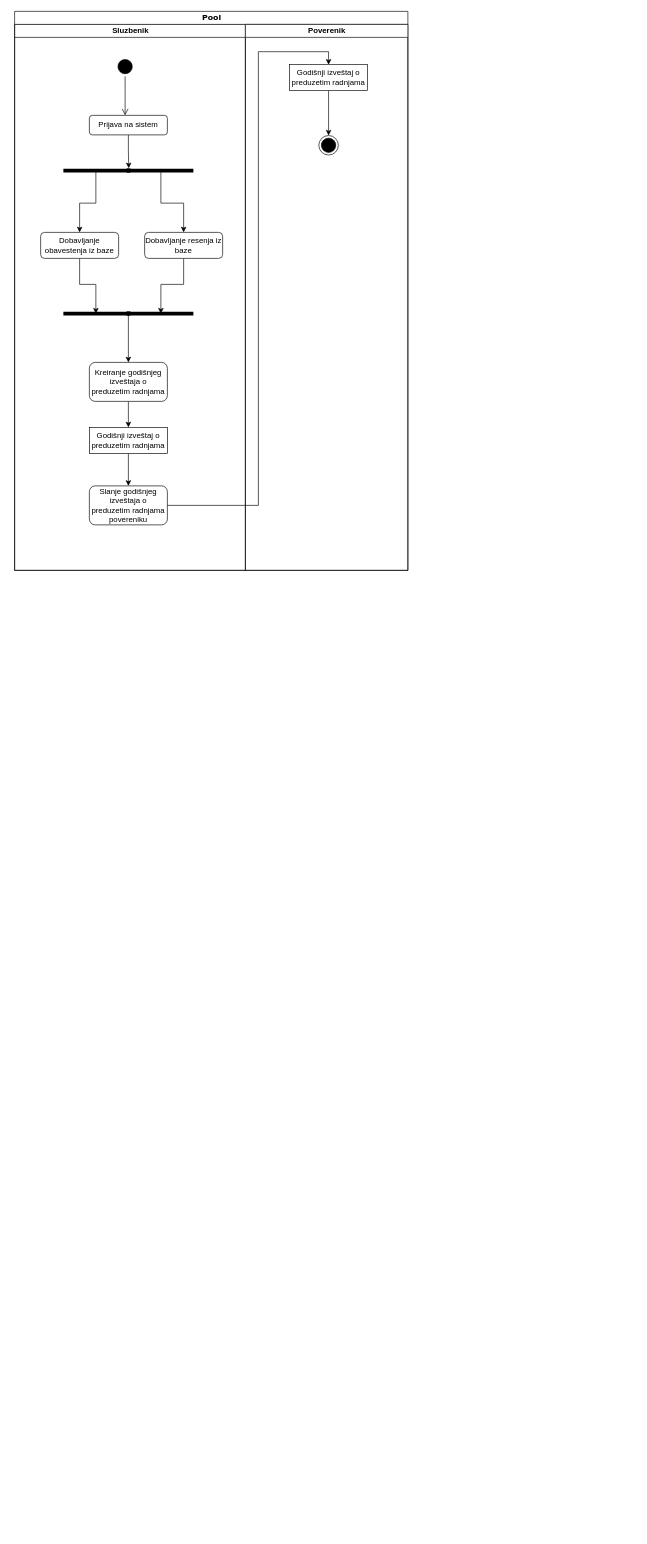
Earlier version of the draw.io diagram Poslovni procesi/sluzbenik.drawio (vukovic98/xml_veb_servisi). Source tidied: cells renumbered, new cells numbered last; positions are measured from the earlier drawing's top-left corner, leaving out a move shared by most shapes. Both pictures are drawn from the tidied source at 65%, with x=0, y=0 at pixel (14, 11).
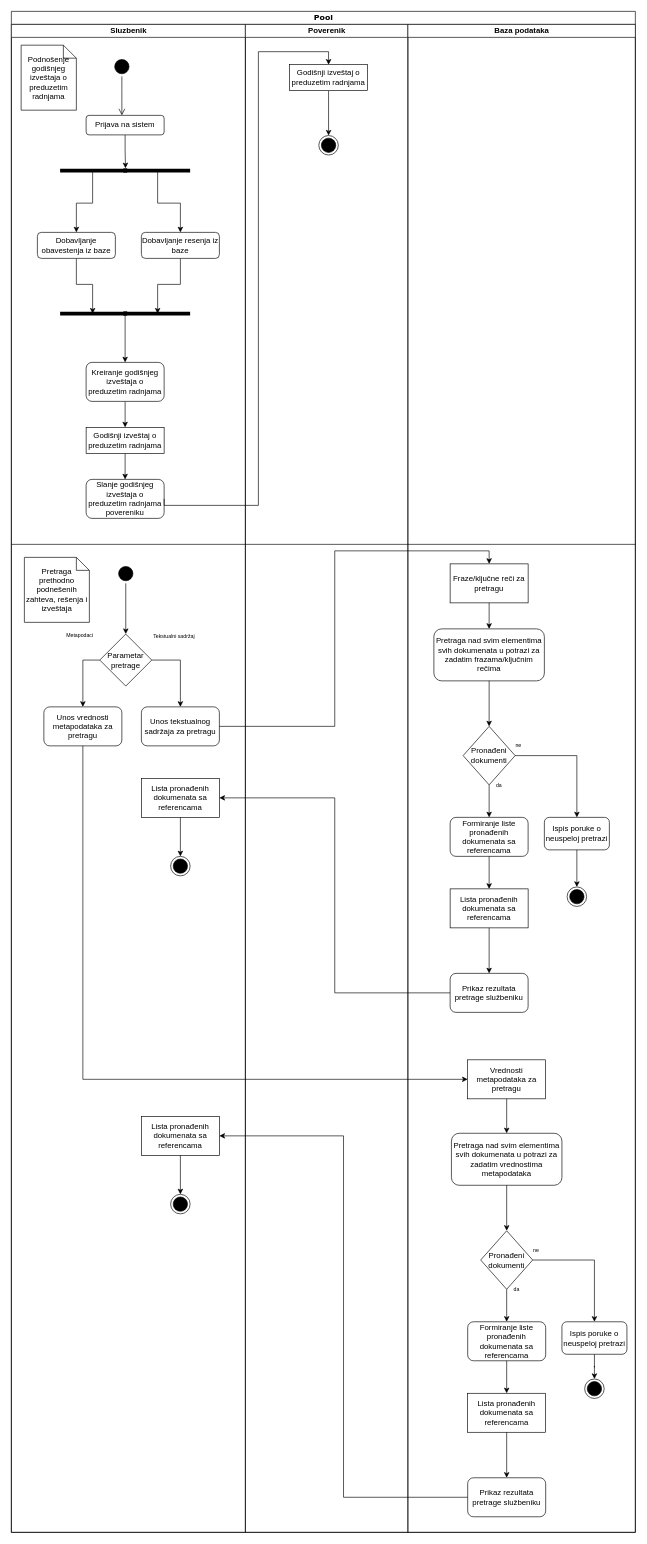
The same page after the edit.

The edit, as a diff of the source:
```diff
@@
+    <mxCell id="21" value="Pool" style="swimlane;html=1;startSize=20;rounded=0;shadow=0;comic=0;labelBackgroundColor=none;strokeWidth=1;fontFamily=Verdana;fontSize=12;align=center;" parent="1" vertex="1">
+      <mxGeometry x="-5" width="960" height="2340" as="geometry" />
+    </mxCell>
+    <mxCell id="27" style="endArrow=none;html=1;" parent="21" edge="1">
+      <mxGeometry relative="1" as="geometry">
+        <mxPoint y="820" as="sourcePoint" />
+        <mxPoint x="960" y="820" as="targetPoint" />
+      </mxGeometry>
+    </mxCell>
-    <mxCell id="2" value="Sluzbenik" style="swimlane;html=1;startSize=20;" parent="1" vertex="1">
-      <mxGeometry y="20" width="355" height="840" as="geometry" />
+    <mxCell id="2" value="Sluzbenik" style="swimlane;html=1;startSize=20;" parent="21" vertex="1">
+      <mxGeometry y="20" width="360" height="2320" as="geometry" />
     </mxCell>
@@
     <mxCell id="20" value="Slanje godišnjeg izveštaja o preduzetim radnjama povereniku" style="rounded=1;whiteSpace=wrap;html=1;strokeColor=#000000;" parent="2" vertex="1">
-      <mxGeometry x="115" y="710" width="120" height="60" as="geometry" />
+      <mxGeometry x="115" y="700" width="120" height="60" as="geometry" />
     </mxCell>
-    <mxCell id="21" value="Pool" style="swimlane;html=1;startSize=20;rounded=0;shadow=0;comic=0;labelBackgroundColor=none;strokeWidth=1;fontFamily=Verdana;fontSize=12;align=center;" parent="1" vertex="1">
-      <mxGeometry width="605" height="860" as="geometry" />
-    </mxCell>
+    <mxCell id="28" style="ellipse;html=1;shape=startState;fillColor=#000000;" parent="2" vertex="1">
+      <mxGeometry x="161" y="830" width="30" height="30" as="geometry" />
+    </mxCell>
+    <mxCell id="29" value="Unos tekstualnog sadržaja za pretragu" style="rounded=1;whiteSpace=wrap;html=1;fillColor=none;" parent="2" vertex="1">
+      <mxGeometry x="200" y="1050" width="120" height="60" as="geometry" />
+    </mxCell>
+    <mxCell id="30" value="Unos vrednosti metapodataka za pretragu" style="rounded=1;whiteSpace=wrap;html=1;fillColor=none;" parent="2" vertex="1">
+      <mxGeometry x="50" y="1050" width="120" height="60" as="geometry" />
+    </mxCell>
+    <mxCell id="31" value="&lt;font style=&quot;font-size: 8px&quot;&gt;Tekstualni sadržaj&lt;/font&gt;" style="text;html=1;align=center;verticalAlign=middle;fontSize=12;" parent="2" vertex="1">
+      <mxGeometry x="210" y="930" width="80" height="20" as="geometry" />
+    </mxCell>
+    <mxCell id="32" value="Metapodaci" style="text;html=1;align=center;verticalAlign=middle;fontSize=8;" parent="2" vertex="1">
+      <mxGeometry x="75" y="930" width="60" height="20" as="geometry" />
+    </mxCell>
+    <mxCell id="33" style="edgeStyle=orthogonalEdgeStyle;rounded=0;jumpStyle=none;jettySize=auto;html=1;exitX=0.5;exitY=1;exitDx=0;exitDy=0;fontSize=12;" parent="2" edge="1" source="34" target="35">
+      <mxGeometry relative="1" as="geometry" />
+    </mxCell>
+    <mxCell id="34" value="Lista pronađenih dokumenata sa referencama" style="rounded=0;whiteSpace=wrap;html=1;fillColor=none;fontSize=12;" parent="2" vertex="1">
+      <mxGeometry x="200" y="1160" width="120" height="60" as="geometry" />
+    </mxCell>
+    <mxCell id="35" style="ellipse;html=1;shape=endState;fillColor=#000000;fontSize=12;" parent="2" vertex="1">
+      <mxGeometry x="245" y="1280" width="30" height="30" as="geometry" />
+    </mxCell>
+    <mxCell id="36" value="Lista pronađenih dokumenata sa referencama" style="rounded=0;whiteSpace=wrap;html=1;fillColor=none;fontSize=12;" parent="2" vertex="1">
+      <mxGeometry x="200" y="1680" width="120" height="60" as="geometry" />
+    </mxCell>
+    <mxCell id="37" style="ellipse;html=1;shape=endState;fillColor=#000000;fontSize=12;" parent="2" vertex="1">
+      <mxGeometry x="245" y="1800" width="30" height="30" as="geometry" />
+    </mxCell>
+    <mxCell id="38" style="edgeStyle=orthogonalEdgeStyle;rounded=0;jumpStyle=none;jettySize=auto;html=1;exitX=0.5;exitY=1;exitDx=0;exitDy=0;fontSize=12;" parent="2" edge="1" source="36" target="37">
+      <mxGeometry relative="1" as="geometry" />
+    </mxCell>
+    <mxCell id="39" value="Podnošenje godišnjeg izveštaja o preduzetim radnjama" style="shape=note;size=20;whiteSpace=wrap;html=1;strokeColor=#000000;fillColor=none;fontSize=12;" parent="2" vertex="1">
+      <mxGeometry x="15" y="32" width="85" height="100" as="geometry" />
+    </mxCell>
+    <mxCell id="40" value="Pretraga prethodno podnešenih zahteva, rešenja i izveštaja" style="shape=note;size=20;whiteSpace=wrap;html=1;strokeColor=#000000;fillColor=none;fontSize=12;" parent="2" vertex="1">
+      <mxGeometry x="20" y="820" width="100" height="100" as="geometry" />
+    </mxCell>
     <mxCell id="22" value="Poverenik" style="swimlane;html=1;startSize=20;" parent="1" vertex="1">
-      <mxGeometry x="355" y="20" width="250" height="840" as="geometry" />
+      <mxGeometry x="355" y="20" width="250" height="2320" as="geometry" />
     </mxCell>
@@
+    <mxCell id="41" value="Baza podataka" style="swimlane;html=1;startSize=20;" parent="1" vertex="1">
+      <mxGeometry x="605" y="20" width="350" height="2320" as="geometry" />
+    </mxCell>
+    <mxCell id="42" value="Fraze/ključne reči za pretragu" style="rounded=0;whiteSpace=wrap;html=1;fillColor=none;" parent="41" vertex="1">
+      <mxGeometry x="65" y="830" width="120" height="60" as="geometry" />
+    </mxCell>
+    <mxCell id="43" value="Pretraga nad svim elementima svih dokumenata u potrazi za zadatim frazama/ključnim rečima" style="rounded=1;whiteSpace=wrap;html=1;fillColor=none;" parent="41" vertex="1">
+      <mxGeometry x="40" y="930" width="170" height="80" as="geometry" />
+    </mxCell>
+    <mxCell id="44" style="endArrow=classic;html=1;exitX=0.5;exitY=1;exitDx=0;exitDy=0;entryX=0.5;entryY=0;entryDx=0;entryDy=0;" parent="41" edge="1" source="42" target="43">
+      <mxGeometry relative="1" as="geometry" />
+    </mxCell>
+    <mxCell id="45" style="edgeStyle=orthogonalEdgeStyle;rounded=0;jumpStyle=none;jettySize=auto;html=1;exitX=1;exitY=0.5;exitDx=0;exitDy=0;entryX=0.5;entryY=0;entryDx=0;entryDy=0;fontSize=12;" parent="41" edge="1" source="46" target="55">
+      <mxGeometry relative="1" as="geometry" />
+    </mxCell>
+    <mxCell id="46" value="Pronađeni dokumenti" style="rhombus;whiteSpace=wrap;html=1;fillColor=none;fontSize=12;" parent="41" vertex="1">
+      <mxGeometry x="85" y="1080" width="80" height="90" as="geometry" />
+    </mxCell>
+    <mxCell id="47" style="endArrow=classic;html=1;fontSize=12;exitX=0.5;exitY=1;exitDx=0;exitDy=0;entryX=0.5;entryY=0;entryDx=0;entryDy=0;" parent="41" edge="1" source="43" target="46">
+      <mxGeometry relative="1" as="geometry" />
+    </mxCell>
+    <mxCell id="48" style="edgeStyle=orthogonalEdgeStyle;rounded=0;jumpStyle=none;jettySize=auto;html=1;exitX=0.5;exitY=1;exitDx=0;exitDy=0;entryX=0.5;entryY=0;entryDx=0;entryDy=0;fontSize=12;" parent="41" edge="1" source="49" target="52">
+      <mxGeometry relative="1" as="geometry" />
+    </mxCell>
+    <mxCell id="49" value="Formiranje liste pronađenih dokumenata sa referencama" style="rounded=1;whiteSpace=wrap;html=1;fillColor=none;fontSize=12;" parent="41" vertex="1">
+      <mxGeometry x="65" y="1220" width="120" height="60" as="geometry" />
+    </mxCell>
+    <mxCell id="50" style="edgeStyle=orthogonalEdgeStyle;rounded=0;jumpStyle=none;jettySize=auto;html=1;exitX=0.5;exitY=1;exitDx=0;exitDy=0;fontSize=8;entryX=0.5;entryY=0;entryDx=0;entryDy=0;" parent="41" edge="1" source="46" target="49">
+      <mxGeometry relative="1" as="geometry" />
+    </mxCell>
+    <mxCell id="51" style="edgeStyle=orthogonalEdgeStyle;rounded=0;jumpStyle=none;jettySize=auto;html=1;exitX=0.5;exitY=1;exitDx=0;exitDy=0;fontSize=12;" parent="41" edge="1" source="52" target="53">
+      <mxGeometry relative="1" as="geometry" />
+    </mxCell>
+    <mxCell id="52" value="Lista pronađenih dokumenata sa referencama" style="rounded=0;whiteSpace=wrap;html=1;fillColor=none;fontSize=12;" parent="41" vertex="1">
+      <mxGeometry x="65" y="1330" width="120" height="60" as="geometry" />
+    </mxCell>
+    <mxCell id="53" value="Prikaz rezultata pretrage službeniku" style="rounded=1;whiteSpace=wrap;html=1;fillColor=none;fontSize=12;" parent="41" vertex="1">
+      <mxGeometry x="65" y="1460" width="120" height="60" as="geometry" />
+    </mxCell>
+    <mxCell id="54" style="edgeStyle=orthogonalEdgeStyle;rounded=0;jumpStyle=none;jettySize=auto;html=1;exitX=0.5;exitY=1;exitDx=0;exitDy=0;fontSize=12;" parent="41" edge="1" source="55" target="57">
+      <mxGeometry relative="1" as="geometry" />
+    </mxCell>
+    <mxCell id="55" value="Ispis poruke o neuspeloj pretrazi" style="rounded=1;whiteSpace=wrap;html=1;strokeColor=#000000;fillColor=none;fontSize=12;" parent="41" vertex="1">
+      <mxGeometry x="210" y="1220" width="100" height="50" as="geometry" />
+    </mxCell>
+    <mxCell id="56" value="Vrednosti metapodataka za pretragu" style="rounded=0;whiteSpace=wrap;html=1;strokeColor=#000000;fillColor=none;fontSize=12;" parent="41" vertex="1">
+      <mxGeometry x="92" y="1593" width="120" height="60" as="geometry" />
+    </mxCell>
+    <mxCell id="57" style="ellipse;html=1;shape=endState;fillColor=#000000;fontSize=12;" parent="41" vertex="1">
+      <mxGeometry x="245" y="1327" width="30" height="30" as="geometry" />
+    </mxCell>
+    <mxCell id="58" style="ellipse;html=1;shape=endState;fillColor=#000000;fontSize=12;" parent="41" vertex="1">
+      <mxGeometry x="272" y="2084" width="30" height="30" as="geometry" />
+    </mxCell>
+    <mxCell id="59" style="edgeStyle=orthogonalEdgeStyle;rounded=0;jumpStyle=none;jettySize=auto;html=1;exitX=1;exitY=0.5;exitDx=0;exitDy=0;entryX=0.5;entryY=0;entryDx=0;entryDy=0;fontSize=12;" parent="1" edge="1" source="61" target="29">
+      <mxGeometry relative="1" as="geometry" />
+    </mxCell>
+    <mxCell id="60" style="edgeStyle=orthogonalEdgeStyle;rounded=0;jumpStyle=none;jettySize=auto;html=1;exitX=0;exitY=0.5;exitDx=0;exitDy=0;entryX=0.5;entryY=0;entryDx=0;entryDy=0;fontSize=12;" parent="1" edge="1" source="61" target="30">
+      <mxGeometry relative="1" as="geometry" />
+    </mxCell>
+    <mxCell id="61" value="Parametar pretrage" style="rhombus;whiteSpace=wrap;html=1;fillColor=none;fontSize=12;" parent="1" vertex="1">
+      <mxGeometry x="131" y="958" width="80" height="80" as="geometry" />
+    </mxCell>
+    <mxCell id="62" style="edgeStyle=orthogonalEdgeStyle;rounded=0;jumpStyle=none;jettySize=auto;html=1;exitX=0.5;exitY=1;exitDx=0;exitDy=0;entryX=0.5;entryY=0;entryDx=0;entryDy=0;fontSize=8;" parent="1" edge="1" source="28" target="61">
+      <mxGeometry relative="1" as="geometry" />
+    </mxCell>
+    <mxCell id="63" style="edgeStyle=orthogonalEdgeStyle;rounded=0;jumpStyle=none;jettySize=auto;html=1;exitX=1;exitY=0.5;exitDx=0;exitDy=0;entryX=0.5;entryY=0;entryDx=0;entryDy=0;fontSize=8;" parent="1" edge="1" source="29" target="42">
+      <mxGeometry relative="1" as="geometry" />
+    </mxCell>
+    <mxCell id="64" style="edgeStyle=orthogonalEdgeStyle;rounded=0;jumpStyle=none;jettySize=auto;html=1;exitX=0;exitY=0.5;exitDx=0;exitDy=0;entryX=1;entryY=0.5;entryDx=0;entryDy=0;fontSize=12;" parent="1" edge="1" source="53" target="34">
+      <mxGeometry relative="1" as="geometry" />
+    </mxCell>
+    <mxCell id="65" value="da" style="text;html=1;align=center;verticalAlign=middle;fontSize=8;" parent="1" vertex="1">
+      <mxGeometry x="735" y="1180" width="20" height="20" as="geometry" />
+    </mxCell>
+    <mxCell id="66" value="ne" style="text;html=1;align=center;verticalAlign=middle;fontSize=8;" parent="1" vertex="1">
+      <mxGeometry x="765" y="1120" width="20" height="20" as="geometry" />
+    </mxCell>
+    <mxCell id="67" style="edgeStyle=orthogonalEdgeStyle;rounded=0;jumpStyle=none;jettySize=auto;html=1;exitX=0.5;exitY=1;exitDx=0;exitDy=0;entryX=0;entryY=0.5;entryDx=0;entryDy=0;fontSize=12;" parent="1" edge="1" source="30" target="56">
+      <mxGeometry relative="1" as="geometry" />
+    </mxCell>
+    <mxCell id="68" value="Pretraga nad svim elementima svih dokumenata u potrazi za zadatim vrednostima metapodataka" style="rounded=1;whiteSpace=wrap;html=1;fillColor=none;" parent="1" vertex="1">
+      <mxGeometry x="672" y="1726" width="170" height="80" as="geometry" />
+    </mxCell>
+    <mxCell id="69" style="edgeStyle=orthogonalEdgeStyle;rounded=0;jumpStyle=none;jettySize=auto;html=1;exitX=1;exitY=0.5;exitDx=0;exitDy=0;entryX=0.5;entryY=0;entryDx=0;entryDy=0;fontSize=12;" parent="1" edge="1" source="70" target="80">
+      <mxGeometry relative="1" as="geometry" />
+    </mxCell>
+    <mxCell id="70" value="Pronađeni dokumenti" style="rhombus;whiteSpace=wrap;html=1;fillColor=none;fontSize=12;" parent="1" vertex="1">
+      <mxGeometry x="717" y="1876" width="80" height="90" as="geometry" />
+    </mxCell>
+    <mxCell id="71" style="endArrow=classic;html=1;fontSize=12;exitX=0.5;exitY=1;exitDx=0;exitDy=0;entryX=0.5;entryY=0;entryDx=0;entryDy=0;" parent="1" edge="1" source="68" target="70">
+      <mxGeometry relative="1" as="geometry" />
+    </mxCell>
+    <mxCell id="72" style="edgeStyle=orthogonalEdgeStyle;rounded=0;jumpStyle=none;jettySize=auto;html=1;exitX=0.5;exitY=1;exitDx=0;exitDy=0;entryX=0.5;entryY=0;entryDx=0;entryDy=0;fontSize=12;" parent="1" edge="1" source="73" target="76">
+      <mxGeometry relative="1" as="geometry" />
+    </mxCell>
+    <mxCell id="73" value="Formiranje liste pronađenih dokumenata sa referencama" style="rounded=1;whiteSpace=wrap;html=1;fillColor=none;fontSize=12;" parent="1" vertex="1">
+      <mxGeometry x="697" y="2016" width="120" height="60" as="geometry" />
+    </mxCell>
+    <mxCell id="74" style="edgeStyle=orthogonalEdgeStyle;rounded=0;jumpStyle=none;jettySize=auto;html=1;exitX=0.5;exitY=1;exitDx=0;exitDy=0;fontSize=8;entryX=0.5;entryY=0;entryDx=0;entryDy=0;" parent="1" edge="1" source="70" target="73">
+      <mxGeometry relative="1" as="geometry" />
+    </mxCell>
+    <mxCell id="75" style="edgeStyle=orthogonalEdgeStyle;rounded=0;jumpStyle=none;jettySize=auto;html=1;exitX=0.5;exitY=1;exitDx=0;exitDy=0;fontSize=12;" parent="1" edge="1" source="76" target="78">
+      <mxGeometry relative="1" as="geometry" />
+    </mxCell>
+    <mxCell id="76" value="Lista pronađenih dokumenata sa referencama" style="rounded=0;whiteSpace=wrap;html=1;fillColor=none;fontSize=12;" parent="1" vertex="1">
+      <mxGeometry x="697" y="2126" width="120" height="60" as="geometry" />
+    </mxCell>
+    <mxCell id="77" style="edgeStyle=orthogonalEdgeStyle;rounded=0;jumpStyle=none;jettySize=auto;html=1;exitX=0;exitY=0.5;exitDx=0;exitDy=0;entryX=1;entryY=0.5;entryDx=0;entryDy=0;fontSize=12;" parent="1" edge="1" source="78" target="36">
+      <mxGeometry relative="1" as="geometry" />
+    </mxCell>
+    <mxCell id="78" value="Prikaz rezultata pretrage službeniku" style="rounded=1;whiteSpace=wrap;html=1;fillColor=none;fontSize=12;" parent="1" vertex="1">
+      <mxGeometry x="697" y="2256" width="120" height="60" as="geometry" />
+    </mxCell>
+    <mxCell id="79" style="edgeStyle=orthogonalEdgeStyle;rounded=0;jumpStyle=none;jettySize=auto;html=1;exitX=0.5;exitY=1;exitDx=0;exitDy=0;fontSize=12;" parent="1" edge="1" source="80" target="58">
+      <mxGeometry relative="1" as="geometry" />
+    </mxCell>
+    <mxCell id="80" value="Ispis poruke o neuspeloj pretrazi" style="rounded=1;whiteSpace=wrap;html=1;strokeColor=#000000;fillColor=none;fontSize=12;" parent="1" vertex="1">
+      <mxGeometry x="842" y="2016" width="100" height="50" as="geometry" />
+    </mxCell>
+    <mxCell id="81" value="da" style="text;html=1;align=center;verticalAlign=middle;fontSize=8;" parent="1" vertex="1">
+      <mxGeometry x="762" y="1956" width="20" height="20" as="geometry" />
+    </mxCell>
+    <mxCell id="82" value="ne" style="text;html=1;align=center;verticalAlign=middle;fontSize=8;" parent="1" vertex="1">
+      <mxGeometry x="792" y="1896" width="20" height="20" as="geometry" />
+    </mxCell>
+    <mxCell id="83" style="edgeStyle=orthogonalEdgeStyle;rounded=0;jumpStyle=none;jettySize=auto;html=1;exitX=0.5;exitY=1;exitDx=0;exitDy=0;entryX=0.5;entryY=0;entryDx=0;entryDy=0;fontSize=12;" parent="1" edge="1" source="56" target="68">
+      <mxGeometry relative="1" as="geometry" />
+    </mxCell>
```
